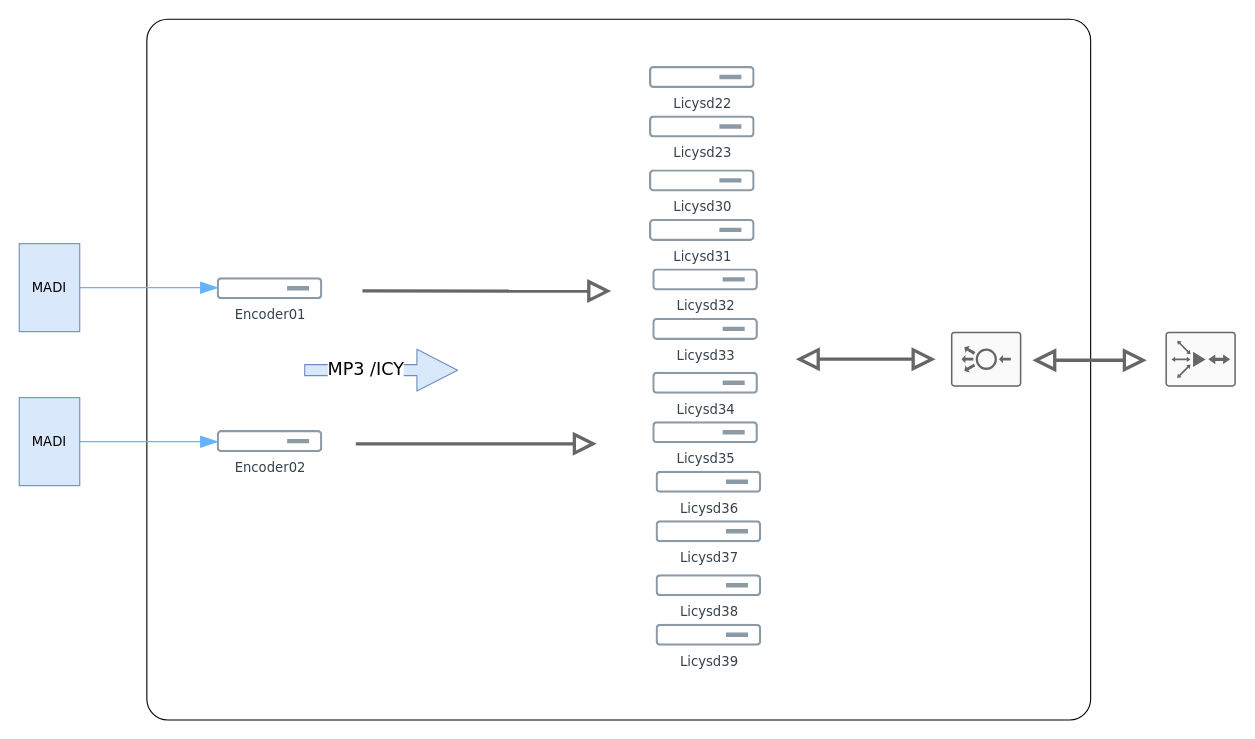
Earlier version of the draw.io diagram page "Page-1" (1 of 2) of Icecast.drawio (Teis-DR/tegninger). Source tidied: cells renumbered, new cells numbered last; positions are measured from the earlier drawing's top-left corner, leaving out a move shared by most shapes. Both pictures are drawn from the tidied source at 110%, with x=0, y=0 at pixel (19, 19).
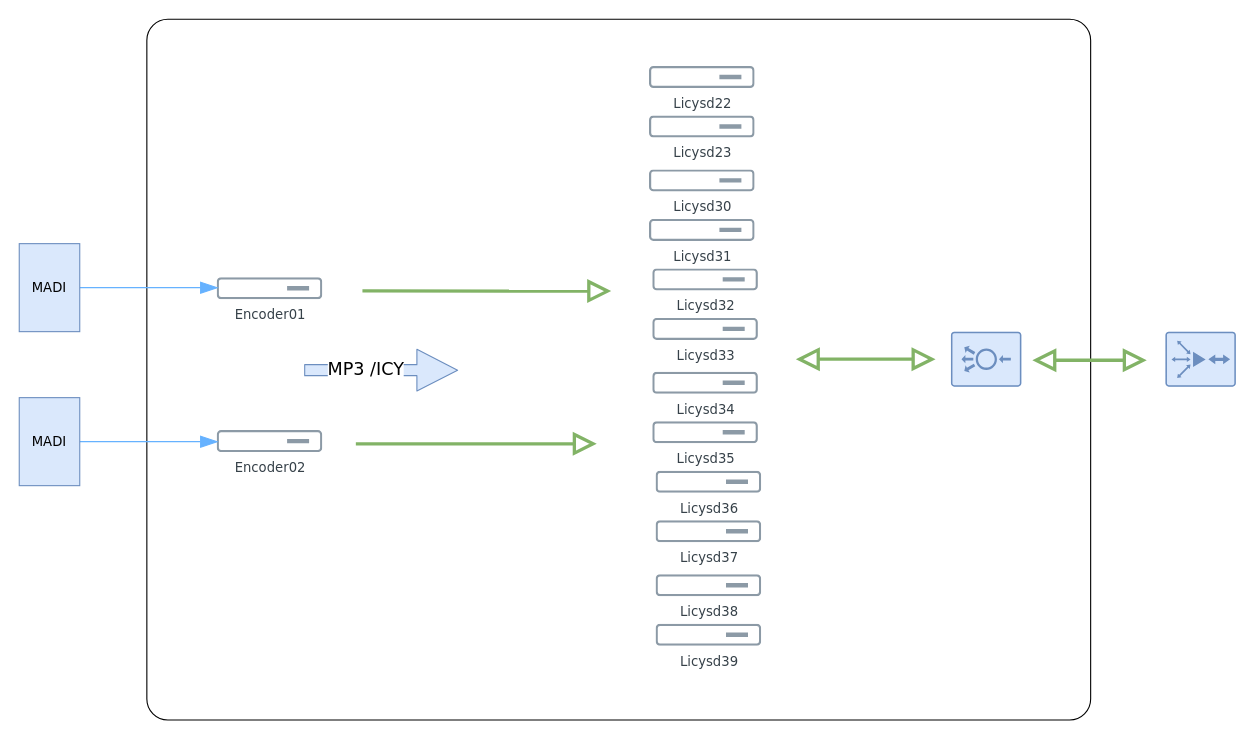
After the change.

Unchanged cells that the change refers to:
```xml
<mxCell id="2" style="rounded=1;whiteSpace=wrap;html=1;fontFamily=Architects Daughter;arcSize=3;" parent="1" vertex="1">
  <mxGeometry x="116" width="858" height="637" as="geometry" />
</mxCell>
```

The edit, as a diff of the source:
```diff
@@
-    <mxCell id="18" style="edgeStyle=none;jettySize=auto;html=1;rounded=0;fontFamily=Architects Daughter;fontSize=16;startSize=14;endArrow=block;endSize=14;sourcePerimeterSpacing=8;targetPerimeterSpacing=8;curved=1;startArrow=none;startFill=0;endFill=0;strokeWidth=3;fillColor=#dae8fc;strokeColor=#666666;entryX=0.492;entryY=0.388;entryDx=0;entryDy=0;entryPerimeter=0;" parent="3" edge="1" target="2">
+    <mxCell id="18" style="edgeStyle=none;jettySize=auto;html=1;rounded=0;fontFamily=Architects Daughter;fontSize=16;startSize=14;endArrow=block;endSize=14;sourcePerimeterSpacing=8;targetPerimeterSpacing=8;curved=1;startArrow=none;startFill=0;endFill=0;strokeWidth=3;fillColor=#d5e8d4;strokeColor=#82b366;entryX=0.492;entryY=0.388;entryDx=0;entryDy=0;entryPerimeter=0;" parent="3" edge="1" target="2">
       <mxGeometry relative="1" as="geometry">
         <mxPoint x="312" y="247" as="sourcePoint" />
       </mxGeometry>
     </mxCell>
-    <mxCell id="19" style="edgeStyle=none;orthogonalLoop=1;jettySize=auto;html=1;rounded=0;fontFamily=Architects Daughter;fontSize=16;startSize=14;endArrow=block;endSize=14;sourcePerimeterSpacing=8;targetPerimeterSpacing=8;curved=1;startArrow=none;startFill=0;endFill=0;strokeWidth=3;fillColor=#dae8fc;strokeColor=#666666;entryX=0.492;entryY=0.388;entryDx=0;entryDy=0;entryPerimeter=0;" parent="3" edge="1">
+    <mxCell id="19" style="edgeStyle=none;orthogonalLoop=1;jettySize=auto;html=1;rounded=0;fontFamily=Architects Daughter;fontSize=16;startSize=14;endArrow=block;endSize=14;sourcePerimeterSpacing=8;targetPerimeterSpacing=8;curved=1;startArrow=none;startFill=0;endFill=0;strokeWidth=3;fillColor=#d5e8d4;strokeColor=#82b366;entryX=0.492;entryY=0.388;entryDx=0;entryDy=0;entryPerimeter=0;" parent="3" edge="1">
       <mxGeometry relative="1" as="geometry">
         <mxPoint x="306" y="386" as="sourcePoint" />
         <mxPoint x="525" y="386" as="targetPoint" />
       </mxGeometry>
     </mxCell>
-    <mxCell id="20" style="sketch=0;verticalLabelPosition=bottom;html=1;verticalAlign=top;align=center;shape=mxgraph.cisco19.rect;prIcon=load_balancer;fillColor=#FAFAFA;strokeColor=#666666;fontFamily=Architects Daughter;rotation=-180;" parent="3" vertex="1">
+    <mxCell id="20" style="sketch=0;verticalLabelPosition=bottom;html=1;verticalAlign=top;align=center;shape=mxgraph.cisco19.rect;prIcon=load_balancer;fillColor=#dae8fc;strokeColor=#6c8ebf;fontFamily=Architects Daughter;rotation=-180;" parent="3" vertex="1">
       <mxGeometry x="847" y="284" width="64" height="50" as="geometry" />
     </mxCell>
-    <mxCell id="21" style="sketch=0;verticalLabelPosition=bottom;html=1;verticalAlign=top;align=center;shape=mxgraph.cisco19.rect;prIcon=router_with_firewall2;fillColor=#FAFAFA;strokeColor=#666666;fontFamily=Architects Daughter;" parent="3" vertex="1">
+    <mxCell id="21" style="sketch=0;verticalLabelPosition=bottom;html=1;verticalAlign=top;align=center;shape=mxgraph.cisco19.rect;prIcon=router_with_firewall2;fillColor=#dae8fc;strokeColor=#6c8ebf;fontFamily=Architects Daughter;" parent="3" vertex="1">
       <mxGeometry x="1042" y="284" width="64" height="50" as="geometry" />
     </mxCell>
-    <mxCell id="22" style="edgeStyle=none;orthogonalLoop=1;jettySize=auto;html=1;rounded=0;fontFamily=Architects Daughter;fontSize=16;startSize=14;endArrow=block;endSize=14;sourcePerimeterSpacing=8;targetPerimeterSpacing=8;curved=1;startArrow=block;startFill=0;endFill=0;strokeWidth=3;fillColor=#dae8fc;strokeColor=#666666;" parent="3" edge="1">
+    <mxCell id="22" style="edgeStyle=none;orthogonalLoop=1;jettySize=auto;html=1;rounded=0;fontFamily=Architects Daughter;fontSize=16;startSize=14;endArrow=block;endSize=14;sourcePerimeterSpacing=8;targetPerimeterSpacing=8;curved=1;startArrow=block;startFill=0;endFill=0;strokeWidth=3;fillColor=#d5e8d4;strokeColor=#82b366;" parent="3" edge="1">
       <mxGeometry relative="1" as="geometry">
         <mxPoint x="921" y="310" as="sourcePoint" />
         <mxPoint x="1025" y="310" as="targetPoint" />
       </mxGeometry>
     </mxCell>
-    <mxCell id="23" style="edgeStyle=none;orthogonalLoop=1;jettySize=auto;html=1;rounded=0;fontFamily=Architects Daughter;fontSize=16;startSize=14;endArrow=block;endSize=14;sourcePerimeterSpacing=8;targetPerimeterSpacing=8;curved=1;startArrow=block;startFill=0;endFill=0;strokeWidth=3;fillColor=#dae8fc;strokeColor=#666666;entryX=0.85;entryY=0.482;entryDx=0;entryDy=0;entryPerimeter=0;" parent="3" edge="1">
+    <mxCell id="23" style="edgeStyle=none;orthogonalLoop=1;jettySize=auto;html=1;rounded=0;fontFamily=Architects Daughter;fontSize=16;startSize=14;endArrow=block;endSize=14;sourcePerimeterSpacing=8;targetPerimeterSpacing=8;curved=1;startArrow=block;startFill=0;endFill=0;strokeWidth=3;fillColor=#d5e8d4;strokeColor=#82b366;entryX=0.85;entryY=0.482;entryDx=0;entryDy=0;entryPerimeter=0;" parent="3" edge="1">
       <mxGeometry relative="1" as="geometry">
         <mxPoint x="706" y="309" as="sourcePoint" />
         <mxPoint x="833" y="309" as="targetPoint" />
       </mxGeometry>
     </mxCell>
```
